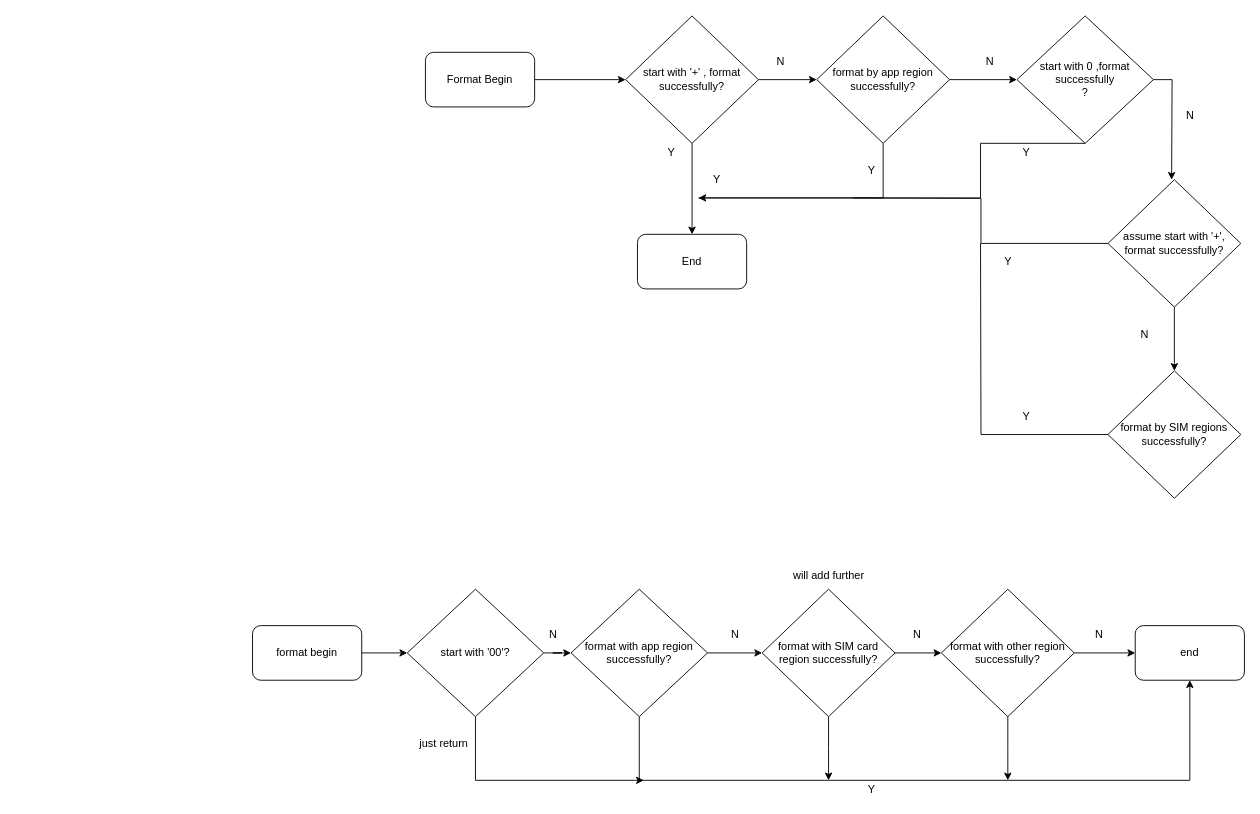
Earlier version of the draw.io diagram format phone.drawio (cguank/-). Source tidied: cells renumbered, new cells numbered last; positions are measured from the earlier drawing's top-left corner, leaving out a move shared by most shapes. Both pictures are drawn from the tidied source at 91%, with x=0, y=0 at pixel (252, 15).
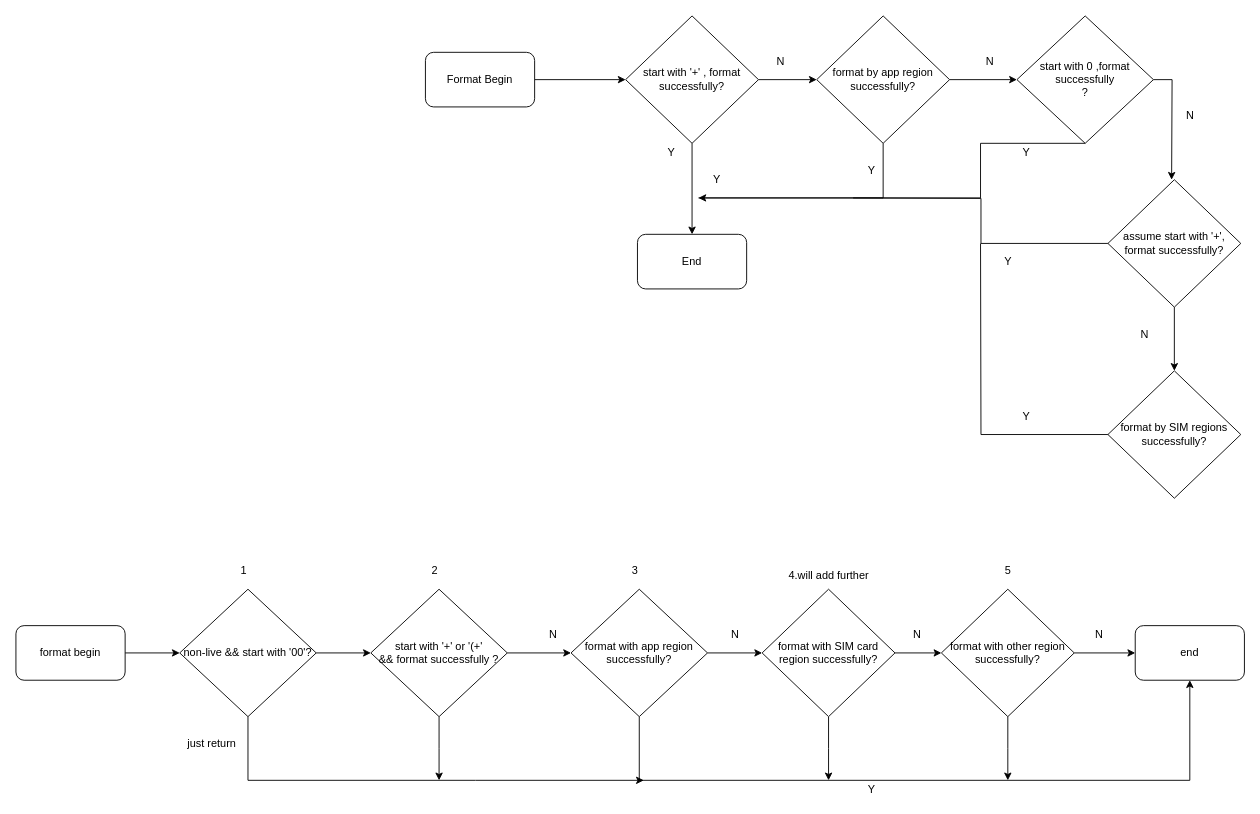
The same page after the edit.

Unchanged cells that the change refers to:
```xml
<mxCell id="33" value="format with app region successfully?" style="rhombus;whiteSpace=wrap;html=1;" parent="1" vertex="1">
  <mxGeometry x="350" y="630" width="150" height="140" as="geometry" />
</mxCell>
```

The edit, as a diff of the source:
```diff
@@
     <mxCell id="30" value="format begin" style="rounded=1;whiteSpace=wrap;html=1;" parent="1" vertex="1">
-      <mxGeometry y="670" width="120" height="60" as="geometry" />
+      <mxGeometry x="-260" y="670" width="120" height="60" as="geometry" />
     </mxCell>
@@
-    <mxCell id="45" style="edgeStyle=orthogonalEdgeStyle;rounded=0;jettySize=auto;html=1;endArrow=classic;endFill=1;" parent="1" edge="1" source="47" target="33">
-      <mxGeometry relative="1" as="geometry" />
-    </mxCell>
@@
+    <mxCell id="51" style="edgeStyle=orthogonalEdgeStyle;rounded=0;jettySize=auto;html=1;" parent="1" edge="1" source="47" target="54">
+      <mxGeometry relative="1" as="geometry" />
+    </mxCell>
-    <mxCell id="47" value="start with '00'?" style="rhombus;whiteSpace=wrap;html=1;" parent="1" vertex="1">
-      <mxGeometry x="170" y="630" width="150" height="140" as="geometry" />
+    <mxCell id="47" value="non-live &amp;amp;&amp;amp; start with '00'?" style="rhombus;whiteSpace=wrap;html=1;" parent="1" vertex="1">
+      <mxGeometry x="-80" y="630" width="150" height="140" as="geometry" />
     </mxCell>
@@
     <mxCell id="49" value="just return" style="text;html=1;align=center;verticalAlign=middle;strokeColor=none;fillColor=none;" parent="1" vertex="1">
-      <mxGeometry x="175" y="790" width="70" height="20" as="geometry" />
+      <mxGeometry x="-80" y="790" width="70" height="20" as="geometry" />
     </mxCell>
-    <mxCell id="50" value="will add further" style="text;html=1;align=center;verticalAlign=middle;strokeColor=none;fillColor=none;" parent="1" vertex="1">
-      <mxGeometry x="583" y="600" width="100" height="30" as="geometry" />
+    <mxCell id="50" value="4.will add further" style="text;html=1;align=center;verticalAlign=middle;strokeColor=none;fillColor=none;" parent="1" vertex="1">
+      <mxGeometry x="578" y="600" width="110" height="30" as="geometry" />
     </mxCell>
+    <mxCell id="52" style="edgeStyle=orthogonalEdgeStyle;rounded=0;jettySize=auto;html=1;" parent="1" edge="1" source="54" target="33">
+      <mxGeometry relative="1" as="geometry" />
+    </mxCell>
+    <mxCell id="53" style="edgeStyle=orthogonalEdgeStyle;rounded=0;jettySize=auto;html=1;" parent="1" edge="1" source="54">
+      <mxGeometry relative="1" as="geometry">
+        <mxPoint x="205" y="840" as="targetPoint" />
+      </mxGeometry>
+    </mxCell>
+    <mxCell id="54" value="start with '+' or '(+'&lt;br&gt;&amp;amp;&amp;amp; format successfully ?" style="rhombus;whiteSpace=wrap;html=1;" parent="1" vertex="1">
+      <mxGeometry x="130" y="630" width="150" height="140" as="geometry" />
+    </mxCell>
+    <mxCell id="55" value="1" style="text;html=1;align=center;verticalAlign=middle;strokeColor=none;fillColor=none;" parent="1" vertex="1">
+      <mxGeometry x="-25" y="595" width="30" height="30" as="geometry" />
+    </mxCell>
+    <mxCell id="56" value="2" style="text;html=1;align=center;verticalAlign=middle;strokeColor=none;fillColor=none;" parent="1" vertex="1">
+      <mxGeometry x="185" y="595" width="30" height="30" as="geometry" />
+    </mxCell>
+    <mxCell id="57" value="3" style="text;html=1;align=center;verticalAlign=middle;strokeColor=none;fillColor=none;" parent="1" vertex="1">
+      <mxGeometry x="405" y="595" width="30" height="30" as="geometry" />
+    </mxCell>
+    <mxCell id="58" value="5" style="text;html=1;align=center;verticalAlign=middle;strokeColor=none;fillColor=none;" parent="1" vertex="1">
+      <mxGeometry x="815" y="595" width="30" height="30" as="geometry" />
+    </mxCell>
```
